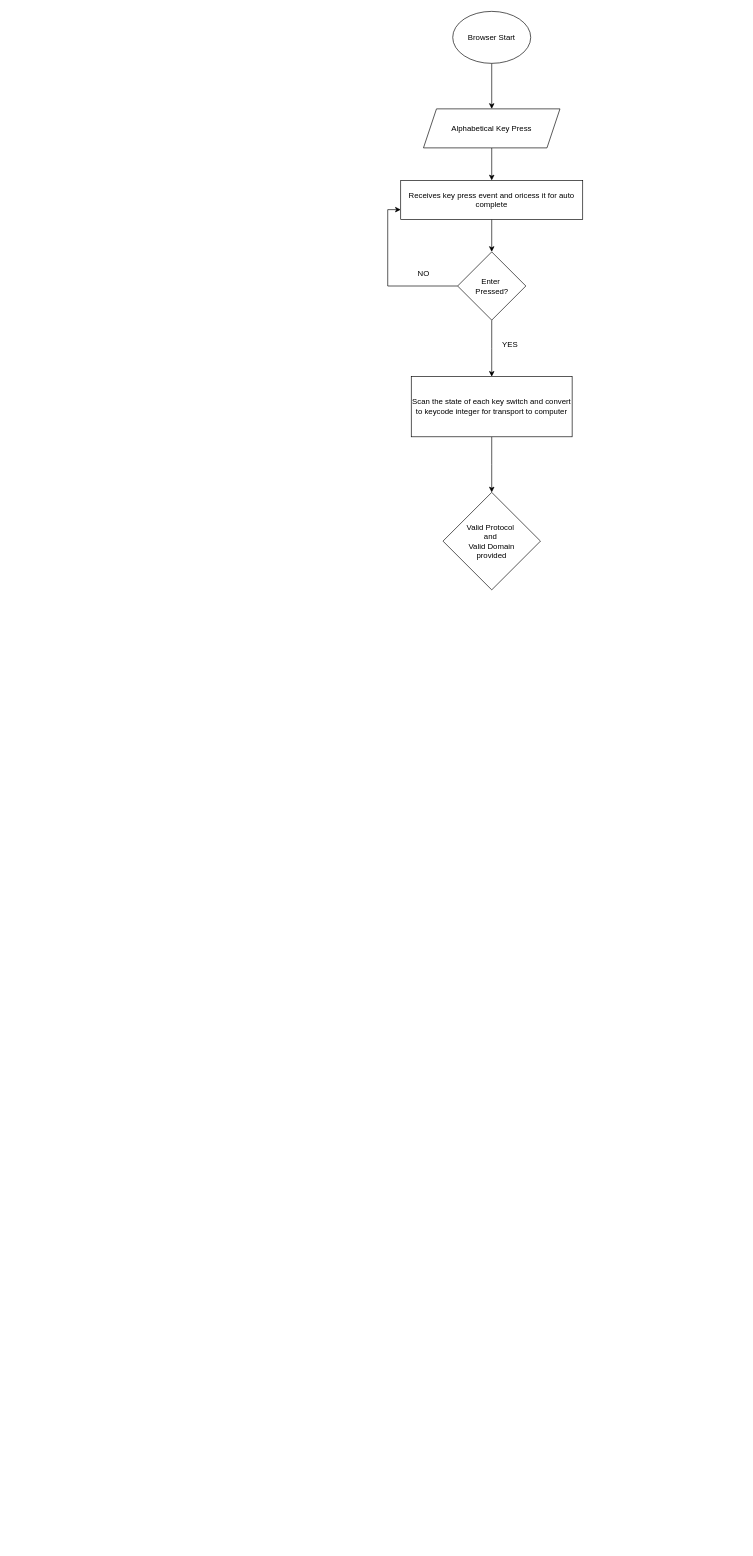
Earlier version of the draw.io diagram Untitled Diagram.drawio (subashkarki68/FlowCharts). Source tidied: cells renumbered, new cells numbered last; positions are measured from the earlier drawing's top-left corner, leaving out a move shared by most shapes. Both pictures are drawn from the tidied source at 65%, with x=0, y=0 at pixel (400, 11).
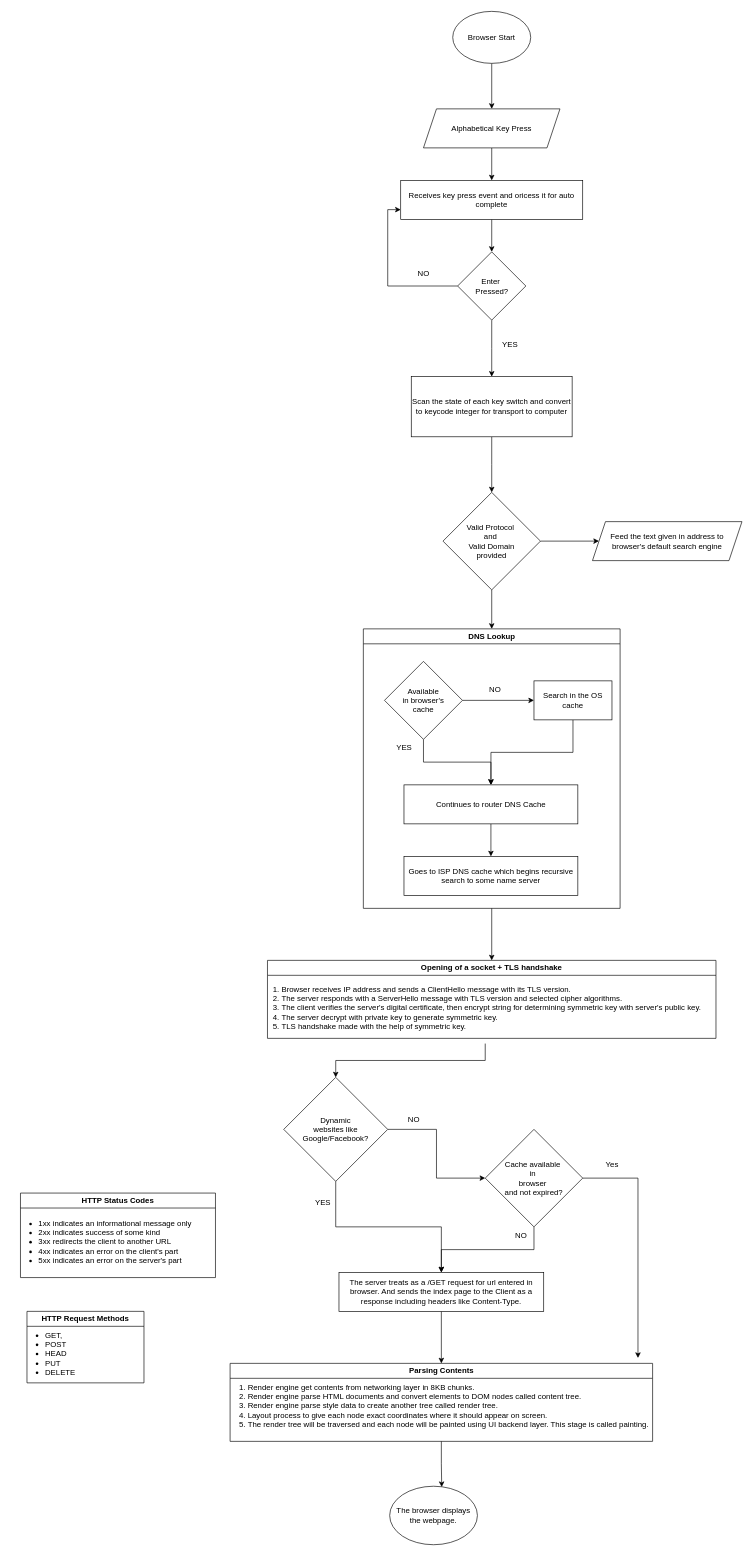
The same page after the edit.

Unchanged cells that the change refers to:
```xml
<mxCell id="15" value="Valid Protocol&amp;nbsp;&lt;div&gt;and&amp;nbsp;&lt;/div&gt;&lt;div&gt;Valid Domain&lt;/div&gt;&lt;div&gt;provided&lt;/div&gt;" style="rhombus;whiteSpace=wrap;html=1;" parent="1" vertex="1">
  <mxGeometry x="65" y="740" width="150" height="150" as="geometry" />
</mxCell>
```

Change to the diagram source:
```diff
@@
+    <mxCell id="16" style="edgeStyle=orthogonalEdgeStyle;rounded=0;jettySize=auto;html=1;" parent="1" edge="1" source="15" target="18">
+      <mxGeometry relative="1" as="geometry" />
+    </mxCell>
+    <mxCell id="17" style="edgeStyle=orthogonalEdgeStyle;rounded=0;jettySize=auto;html=1;" parent="1" edge="1" source="15" target="20">
+      <mxGeometry relative="1" as="geometry" />
+    </mxCell>
@@
+    <mxCell id="18" value="Feed the text given in address to browser's default search engine" style="shape=parallelogram;perimeter=parallelogramPerimeter;whiteSpace=wrap;html=1;fixedSize=1;" parent="1" vertex="1">
+      <mxGeometry x="295" y="785" width="230" height="60" as="geometry" />
+    </mxCell>
+    <mxCell id="19" style="edgeStyle=orthogonalEdgeStyle;rounded=0;jettySize=auto;html=1;" parent="1" edge="1" source="20" target="31">
+      <mxGeometry relative="1" as="geometry" />
+    </mxCell>
+    <mxCell id="20" value="DNS Lookup" style="swimlane;whiteSpace=wrap;html=1;" parent="1" vertex="1">
+      <mxGeometry x="-57.5" y="950" width="395" height="430" as="geometry" />
+    </mxCell>
+    <mxCell id="21" style="edgeStyle=orthogonalEdgeStyle;rounded=0;jettySize=auto;html=1;" parent="20" edge="1" source="23" target="25">
+      <mxGeometry relative="1" as="geometry" />
+    </mxCell>
+    <mxCell id="22" style="edgeStyle=orthogonalEdgeStyle;rounded=0;jettySize=auto;html=1;" parent="20" edge="1" source="23" target="27">
+      <mxGeometry relative="1" as="geometry" />
+    </mxCell>
+    <mxCell id="23" value="Available&lt;div&gt;in browser's&lt;/div&gt;&lt;div&gt;cache&lt;/div&gt;" style="rhombus;whiteSpace=wrap;html=1;" parent="20" vertex="1">
+      <mxGeometry x="32.5" y="50" width="120" height="120" as="geometry" />
+    </mxCell>
+    <mxCell id="24" style="edgeStyle=orthogonalEdgeStyle;rounded=0;jettySize=auto;html=1;" parent="20" edge="1" source="25" target="27">
+      <mxGeometry relative="1" as="geometry" />
+    </mxCell>
+    <mxCell id="25" value="Search in the OS cache" style="rounded=0;whiteSpace=wrap;html=1;" parent="20" vertex="1">
+      <mxGeometry x="262.5" y="80" width="120" height="60" as="geometry" />
+    </mxCell>
+    <mxCell id="26" style="edgeStyle=orthogonalEdgeStyle;rounded=0;jettySize=auto;html=1;" parent="20" edge="1" source="27" target="28">
+      <mxGeometry relative="1" as="geometry" />
+    </mxCell>
+    <mxCell id="27" value="Continues to router DNS Cache" style="rounded=0;whiteSpace=wrap;html=1;" parent="20" vertex="1">
+      <mxGeometry x="62.5" y="240" width="267.5" height="60" as="geometry" />
+    </mxCell>
+    <mxCell id="28" value="Goes to ISP DNS cache which begins recursive search to some name server" style="rounded=0;whiteSpace=wrap;html=1;" parent="20" vertex="1">
+      <mxGeometry x="62.5" y="350" width="267.5" height="60" as="geometry" />
+    </mxCell>
+    <mxCell id="29" value="YES" style="text;html=1;align=center;verticalAlign=middle;strokeColor=none;fillColor=none;" parent="1" vertex="1">
+      <mxGeometry x="-20" y="1118" width="50" height="30" as="geometry" />
+    </mxCell>
+    <mxCell id="30" value="NO" style="text;html=1;align=center;verticalAlign=middle;strokeColor=none;fillColor=none;" parent="1" vertex="1">
+      <mxGeometry x="125" y="1028" width="40" height="30" as="geometry" />
+    </mxCell>
+    <mxCell id="31" value="&lt;div&gt;Opening of a socket + TLS handshake&lt;/div&gt;" style="swimlane;whiteSpace=wrap;html=1;" parent="1" vertex="1">
+      <mxGeometry x="-205" y="1460" width="690" height="120" as="geometry" />
+    </mxCell>
+    <mxCell id="32" value="&lt;ol&gt;&lt;li&gt;Browser receives IP address and sends a ClientHello message with its TLS version.&lt;/li&gt;&lt;li&gt;The server responds with a ServerHello message with TLS version and selected cipher algorithms.&lt;/li&gt;&lt;li&gt;The client verifies the server's digital certificate, then encrypt string for determining symmetric key with server's public key.&lt;/li&gt;&lt;li&gt;The server decrypt with private key to generate symmetric key.&lt;/li&gt;&lt;li&gt;TLS handshake made with the help of symmetric key.&lt;/li&gt;&lt;/ol&gt;" style="text;html=1;align=left;verticalAlign=middle;points=[];strokeColor=none;fillColor=none;" parent="31" vertex="1">
+      <mxGeometry x="-20" y="18" width="710" height="110" as="geometry" />
+    </mxCell>
+    <mxCell id="33" style="edgeStyle=orthogonalEdgeStyle;rounded=0;jettySize=auto;html=1;" parent="1" edge="1" source="35" target="39">
+      <mxGeometry relative="1" as="geometry" />
+    </mxCell>
+    <mxCell id="34" style="edgeStyle=orthogonalEdgeStyle;rounded=0;jettySize=auto;html=1;entryX=0.5;entryY=0;entryDx=0;entryDy=0;" parent="1" edge="1" source="35" target="43">
+      <mxGeometry relative="1" as="geometry" />
+    </mxCell>
+    <mxCell id="35" value="Dynamic&lt;div&gt;websites like&lt;/div&gt;&lt;div&gt;Google/Facebook?&lt;/div&gt;" style="rhombus;whiteSpace=wrap;html=1;" parent="1" vertex="1">
+      <mxGeometry x="-180" y="1640" width="160" height="160" as="geometry" />
+    </mxCell>
+    <mxCell id="36" style="edgeStyle=orthogonalEdgeStyle;rounded=0;jettySize=auto;html=1;" parent="1" edge="1" source="32" target="35">
+      <mxGeometry relative="1" as="geometry" />
+    </mxCell>
+    <mxCell id="37" style="edgeStyle=orthogonalEdgeStyle;rounded=0;jettySize=auto;html=1;" parent="1" edge="1" source="39" target="43">
+      <mxGeometry relative="1" as="geometry" />
+    </mxCell>
+    <mxCell id="38" style="edgeStyle=orthogonalEdgeStyle;rounded=0;jettySize=auto;html=1;" parent="1" edge="1" source="39">
+      <mxGeometry relative="1" as="geometry">
+        <mxPoint x="365" y="2071.7" as="targetPoint" />
+        <Array as="points">
+          <mxPoint x="365" y="1795" />
+        </Array>
+      </mxGeometry>
+    </mxCell>
+    <mxCell id="39" value="Cache available&amp;nbsp;&lt;div&gt;in&amp;nbsp;&lt;/div&gt;&lt;div&gt;browser&amp;nbsp;&lt;/div&gt;&lt;div&gt;and not expired?&lt;/div&gt;" style="rhombus;whiteSpace=wrap;html=1;" parent="1" vertex="1">
+      <mxGeometry x="130" y="1720" width="150" height="150" as="geometry" />
+    </mxCell>
+    <mxCell id="40" value="NO" style="text;html=1;align=center;verticalAlign=middle;strokeColor=none;fillColor=none;" parent="1" vertex="1">
+      <mxGeometry y="1690" width="40" height="30" as="geometry" />
+    </mxCell>
+    <mxCell id="41" value="Yes" style="text;html=1;align=center;verticalAlign=middle;strokeColor=none;fillColor=none;" parent="1" vertex="1">
+      <mxGeometry x="305" y="1760" width="40" height="30" as="geometry" />
+    </mxCell>
+    <mxCell id="42" style="edgeStyle=orthogonalEdgeStyle;rounded=0;jettySize=auto;html=1;" parent="1" edge="1" source="43" target="50">
+      <mxGeometry relative="1" as="geometry" />
+    </mxCell>
+    <mxCell id="43" value="The server treats as a /GET request for url entered in browser. And sends the index page to the Client as a response including headers like&amp;nbsp;Content-Type." style="rounded=0;whiteSpace=wrap;html=1;" parent="1" vertex="1">
+      <mxGeometry x="-95" y="1940" width="315" height="60" as="geometry" />
+    </mxCell>
+    <mxCell id="44" value="YES" style="text;html=1;align=center;verticalAlign=middle;strokeColor=none;fillColor=none;" parent="1" vertex="1">
+      <mxGeometry x="-145" y="1818" width="50" height="30" as="geometry" />
+    </mxCell>
+    <mxCell id="45" value="NO" style="text;html=1;align=center;verticalAlign=middle;strokeColor=none;fillColor=none;" parent="1" vertex="1">
+      <mxGeometry x="165" y="1868" width="40" height="30" as="geometry" />
+    </mxCell>
+    <mxCell id="46" value="HTTP Status Codes" style="swimlane;whiteSpace=wrap;html=1;" parent="1" vertex="1">
+      <mxGeometry x="-585" y="1818" width="300" height="130" as="geometry" />
+    </mxCell>
+    <mxCell id="47" value="&lt;div&gt;&lt;ul&gt;&lt;li&gt;1xx indicates an informational message only&lt;/li&gt;&lt;li&gt;2xx indicates success of some kind&lt;/li&gt;&lt;li&gt;3xx redirects the client to another URL&lt;/li&gt;&lt;li&gt;4xx indicates an error on the client's part&lt;/li&gt;&lt;li&gt;5xx indicates an error on the server's part&lt;/li&gt;&lt;/ul&gt;&lt;/div&gt;" style="text;html=1;align=left;verticalAlign=middle;strokeColor=none;fillColor=none;" parent="46" vertex="1">
+      <mxGeometry x="-14" y="20" width="300" height="110" as="geometry" />
+    </mxCell>
+    <mxCell id="48" value="HTTP Request Methods" style="swimlane;whiteSpace=wrap;html=1;startSize=23;" parent="1" vertex="1">
+      <mxGeometry x="-575" y="2000" width="180" height="110" as="geometry" />
+    </mxCell>
+    <mxCell id="49" value="&lt;ul&gt;&lt;li style=&quot;text-align: left;&quot;&gt;GET,&lt;/li&gt;&lt;li style=&quot;text-align: left;&quot;&gt;POST&lt;/li&gt;&lt;li style=&quot;text-align: left;&quot;&gt;HEAD&lt;/li&gt;&lt;li style=&quot;text-align: left;&quot;&gt;PUT&lt;/li&gt;&lt;li style=&quot;text-align: left;&quot;&gt;DELETE&lt;/li&gt;&lt;/ul&gt;&lt;div style=&quot;text-align: left;&quot;&gt;&lt;/div&gt;" style="text;html=1;align=center;verticalAlign=middle;strokeColor=none;fillColor=none;" parent="48" vertex="1">
+      <mxGeometry x="-24" y="10" width="110" height="110" as="geometry" />
+    </mxCell>
+    <mxCell id="50" value="Parsing Contents" style="swimlane;whiteSpace=wrap;html=1;" parent="1" vertex="1">
+      <mxGeometry x="-262.5" y="2080" width="650" height="120" as="geometry" />
+    </mxCell>
+    <mxCell id="51" value="&lt;ol&gt;&lt;li&gt;Render engine get contents from networking layer in 8KB chunks.&lt;/li&gt;&lt;li&gt;Render engine parse HTML documents and convert elements to DOM nodes called content tree.&lt;/li&gt;&lt;li&gt;Render engine parse style data to create another tree called render tree.&lt;/li&gt;&lt;li&gt;Layout process to give each node exact coordinates where it should appear on screen.&lt;/li&gt;&lt;li&gt;The render tree will be traversed and each node will be painted using UI backend layer. This stage is called painting.&amp;nbsp;&lt;/li&gt;&lt;/ol&gt;" style="text;html=1;align=left;verticalAlign=middle;points=[];strokeColor=none;fillColor=none;" parent="50" vertex="1">
+      <mxGeometry x="-15" y="10" width="680" height="110" as="geometry" />
+    </mxCell>
+    <mxCell id="52" value="The browser displays the webpage." style="ellipse;whiteSpace=wrap;html=1;" parent="1" vertex="1">
+      <mxGeometry x="-17" y="2269" width="135" height="90" as="geometry" />
+    </mxCell>
+    <mxCell id="53" style="edgeStyle=orthogonalEdgeStyle;rounded=0;jettySize=auto;html=1;entryX=0.593;entryY=0.014;entryDx=0;entryDy=0;entryPerimeter=0;" parent="1" edge="1" source="51" target="52">
+      <mxGeometry relative="1" as="geometry" />
+    </mxCell>
```
